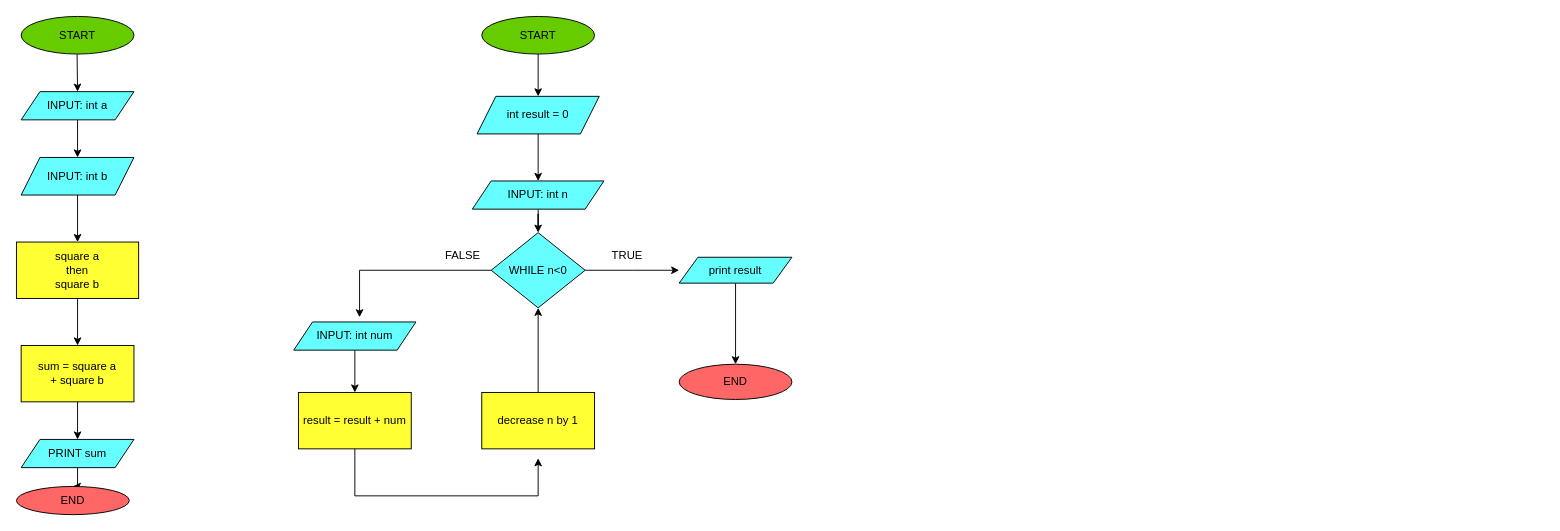
Before: sum Diagram.drawio in Arnold-A-Mubaiwa/tili, a draw.io diagram. Source tidied: cells renumbered, new cells numbered last; positions are measured from the earlier drawing's top-left corner, leaving out a move shared by most shapes. Both pictures are drawn from the tidied source at 94%, with x=0, y=0 at pixel (16, 16).
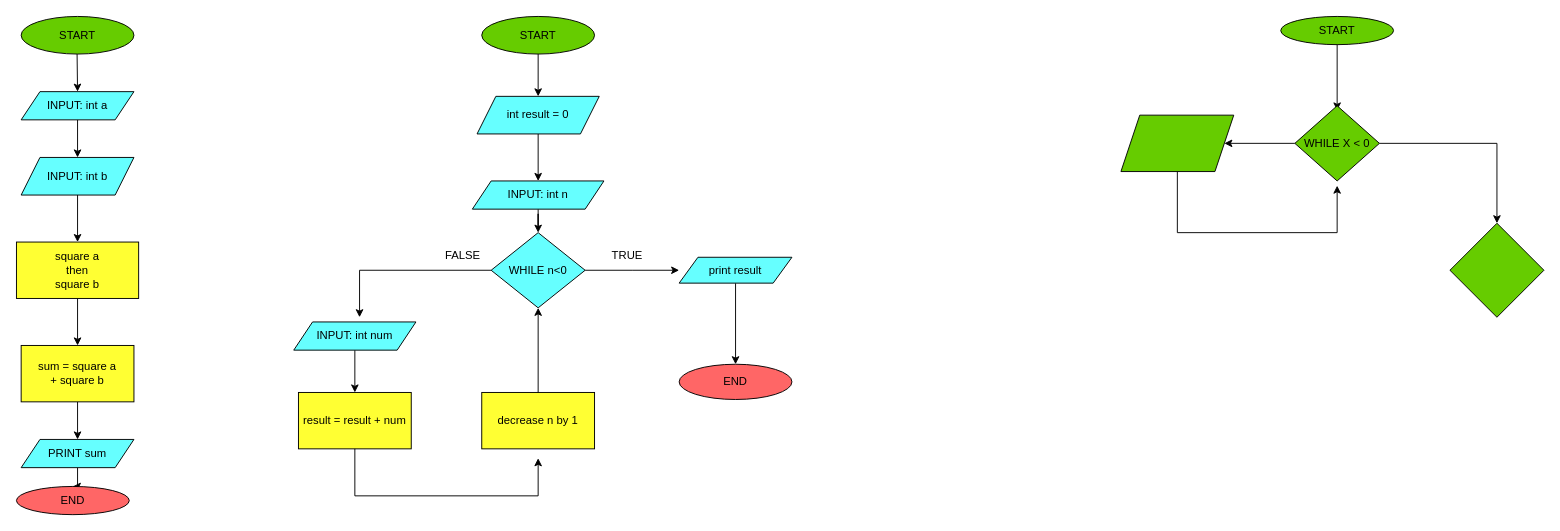
The same diagram, later.

Change to the diagram source:
```diff
@@
+    <mxCell id="35" value="START" style="ellipse;whiteSpace=wrap;html=1;fillColor=#66CC00;" parent="1" vertex="1">
+      <mxGeometry x="1345" width="120" height="30" as="geometry" />
+    </mxCell>
+    <mxCell id="36" style="endArrow=classic;html=1;rounded=0;fillColor=#FFFF33;exitX=0.5;exitY=1;exitDx=0;exitDy=0;" parent="1" edge="1" source="35">
+      <mxGeometry relative="1" as="geometry">
+        <mxPoint x="1405" y="100" as="targetPoint" />
+      </mxGeometry>
+    </mxCell>
+    <mxCell id="37" style="edgeStyle=orthogonalEdgeStyle;rounded=0;jettySize=auto;html=1;fillColor=#FFFF33;" parent="1" edge="1" source="38" target="39">
+      <mxGeometry relative="1" as="geometry" />
+    </mxCell>
+    <mxCell id="38" value="WHILE X &amp;lt; 0" style="rhombus;whiteSpace=wrap;html=1;fillColor=#66CC00;" parent="1" vertex="1">
+      <mxGeometry x="1360" y="95" width="90" height="80" as="geometry" />
+    </mxCell>
+    <mxCell id="39" style="shape=parallelogram;perimeter=parallelogramPerimeter;whiteSpace=wrap;html=1;fixedSize=1;fillColor=#66CC00;" parent="1" vertex="1">
+      <mxGeometry x="1175" y="105" width="120" height="60" as="geometry" />
+    </mxCell>
+    <mxCell id="40" style="endArrow=classic;html=1;rounded=0;fillColor=#FFFF33;exitX=0.5;exitY=1;exitDx=0;exitDy=0;" parent="1" edge="1" source="39">
+      <mxGeometry relative="1" as="geometry">
+        <mxPoint x="1405" y="180" as="targetPoint" />
+        <Array as="points">
+          <mxPoint x="1235" y="230" />
+          <mxPoint x="1405" y="230" />
+        </Array>
+      </mxGeometry>
+    </mxCell>
+    <mxCell id="41" style="endArrow=classic;html=1;rounded=0;fillColor=#FFFF33;exitX=1;exitY=0.5;exitDx=0;exitDy=0;" parent="1" edge="1" source="38">
+      <mxGeometry relative="1" as="geometry">
+        <mxPoint x="1575" y="220" as="targetPoint" />
+        <Array as="points">
+          <mxPoint x="1575" y="135" />
+        </Array>
+      </mxGeometry>
+    </mxCell>
+    <mxCell id="42" style="rhombus;whiteSpace=wrap;html=1;fillColor=#66CC00;" parent="1" vertex="1">
+      <mxGeometry x="1525" y="220" width="100" height="100" as="geometry" />
+    </mxCell>
```
